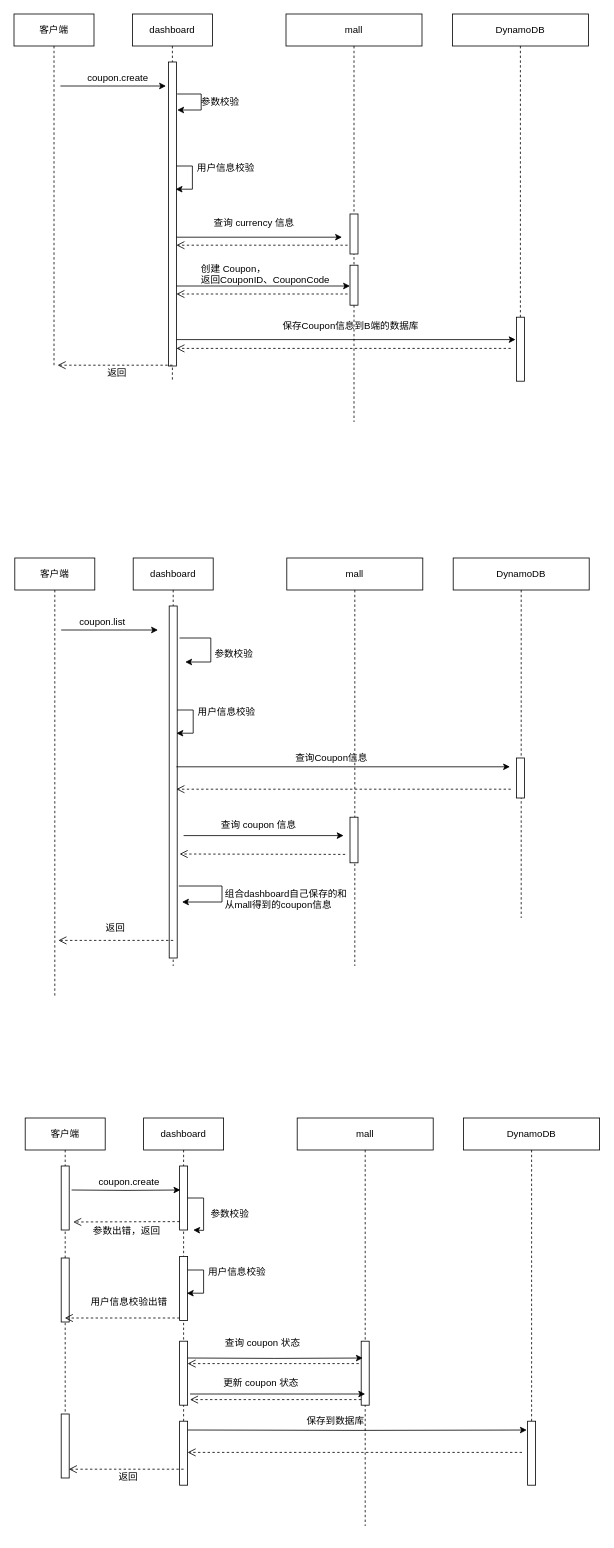
Before: page "coupon" (4 of 4) of dashboard.drawio in JianHao-Chen/UML, a draw.io diagram. Source tidied: cells renumbered, new cells numbered last; positions are measured from the earlier drawing's top-left corner, leaving out a move shared by most shapes. Both pictures are drawn from the tidied source at 80%, with x=0, y=0 at pixel (14, 14).
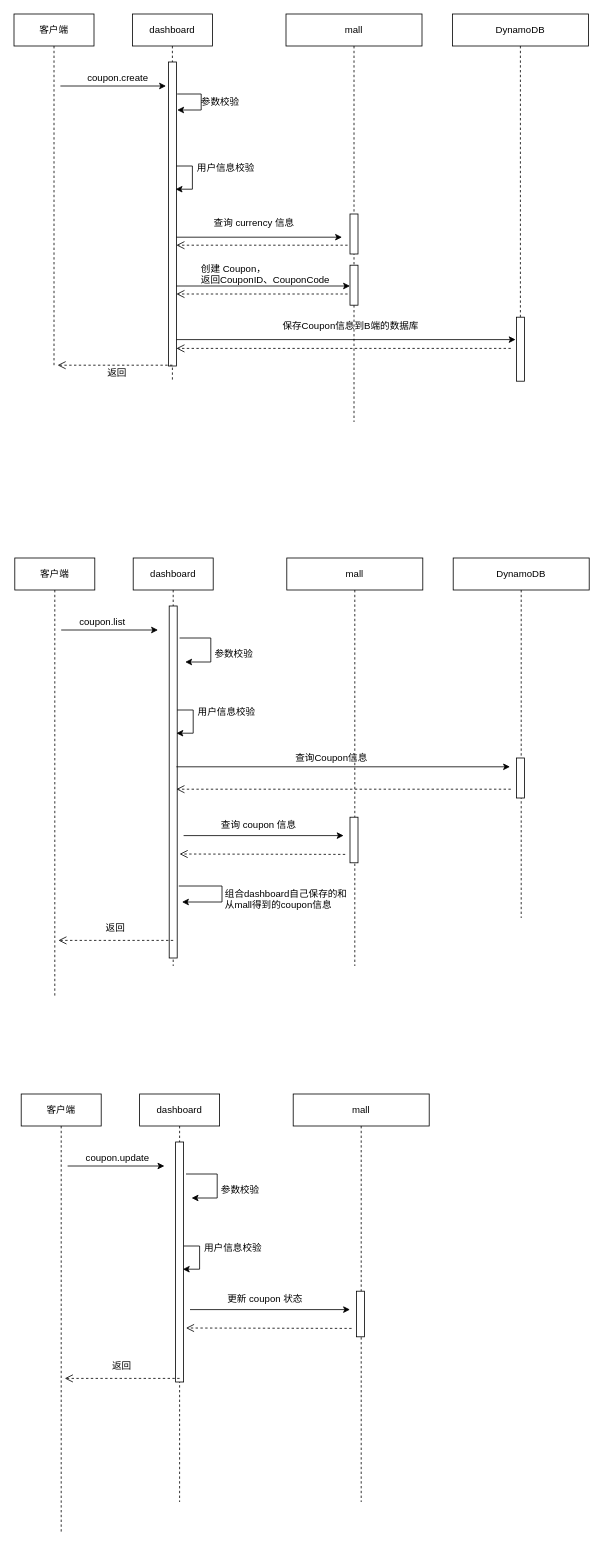
The same diagram, later.

Diff of the diagram source:
```diff
@@
+    <mxCell id="83" style="endArrow=classic;html=1;" parent="1" edge="1">
+      <mxGeometry relative="1" as="geometry">
+        <mxPoint x="212" y="1027" as="sourcePoint" />
+        <mxPoint x="412" y="1027" as="targetPoint" />
+      </mxGeometry>
+    </mxCell>
     <mxCell id="49" value="dashboard" style="shape=umlLifeline;perimeter=lifelinePerimeter;whiteSpace=wrap;html=1;" parent="1" vertex="1">
-      <mxGeometry x="162" y="1380" width="100" height="459" as="geometry" />
+      <mxGeometry x="157" y="1350" width="100" height="510" as="geometry" />
     </mxCell>
-    <mxCell id="50" style="html=1;points=[];perimeter=orthogonalPerimeter;" parent="49" vertex="1">
-      <mxGeometry x="45" y="60" width="10" height="80" as="geometry" />
-    </mxCell>
-    <mxCell id="51" style="html=1;points=[];perimeter=orthogonalPerimeter;" parent="49" vertex="1">
-      <mxGeometry x="45" y="173" width="10" height="80" as="geometry" />
-    </mxCell>
-    <mxCell id="52" style="html=1;perimeter=orthogonalPerimeter;" parent="49" vertex="1">
-      <mxGeometry x="45" y="279" width="10" height="80" as="geometry" />
-    </mxCell>
-    <mxCell id="53" style="edgeStyle=orthogonalEdgeStyle;rounded=0;orthogonalLoop=1;jettySize=auto;html=1;entryX=0.9;entryY=0.575;entryDx=0;entryDy=0;entryPerimeter=0;" parent="49" edge="1" source="51" target="51">
-      <mxGeometry relative="1" as="geometry">
-        <Array as="points">
-          <mxPoint x="75" y="190" />
-          <mxPoint x="75" y="219" />
-        </Array>
-      </mxGeometry>
-    </mxCell>
-    <mxCell id="54" style="html=1;perimeter=orthogonalPerimeter;" parent="49" vertex="1">
-      <mxGeometry x="45" y="379" width="10" height="80" as="geometry" />
-    </mxCell>
-    <mxCell id="55" style="edgeStyle=orthogonalEdgeStyle;rounded=0;jettySize=auto;html=1;entryX=0.1;entryY=0.375;entryDx=0;entryDy=0;entryPerimeter=0;" parent="1" edge="1" target="50">
-      <mxGeometry relative="1" as="geometry">
-        <mxPoint x="72" y="1470" as="sourcePoint" />
-      </mxGeometry>
-    </mxCell>
-    <mxCell id="56" value="DynamoDB" style="shape=umlLifeline;perimeter=lifelinePerimeter;whiteSpace=wrap;html=1;" parent="1" vertex="1">
-      <mxGeometry x="562" y="1380" width="170" height="450" as="geometry" />
-    </mxCell>
-    <mxCell id="57" style="html=1;points=[];perimeter=orthogonalPerimeter;" parent="56" vertex="1">
-      <mxGeometry x="80" y="379" width="10" height="80" as="geometry" />
-    </mxCell>
+    <mxCell id="84" style="html=1;perimeter=orthogonalPerimeter;" parent="49" vertex="1">
+      <mxGeometry x="45" y="60" width="10" height="300" as="geometry" />
+    </mxCell>
+    <mxCell id="85" style="edgeStyle=orthogonalEdgeStyle;rounded=0;orthogonalLoop=1;jettySize=auto;html=1;entryX=0.9;entryY=0.575;entryDx=0;entryDy=0;entryPerimeter=0;" parent="49" edge="1">
+      <mxGeometry relative="1" as="geometry">
+        <mxPoint x="55" y="190" as="sourcePoint" />
+        <mxPoint x="54" y="219" as="targetPoint" />
+        <Array as="points">
+          <mxPoint x="75" y="190" />
+          <mxPoint x="75" y="219" />
+        </Array>
+      </mxGeometry>
+    </mxCell>
+    <mxCell id="86" style="edgeStyle=orthogonalEdgeStyle;rounded=0;orthogonalLoop=1;jettySize=auto;html=1;" parent="1" edge="1">
+      <mxGeometry relative="1" as="geometry">
+        <mxPoint x="67" y="1440" as="sourcePoint" />
+        <mxPoint x="188" y="1440" as="targetPoint" />
+      </mxGeometry>
+    </mxCell>
     <mxCell id="58" value="客户端" style="shape=umlLifeline;perimeter=lifelinePerimeter;whiteSpace=wrap;html=1;outlineConnect=0;" parent="1" vertex="1">
-      <mxGeometry x="14" y="1380" width="100" height="440" as="geometry" />
+      <mxGeometry x="9" y="1350" width="100" height="550" as="geometry" />
     </mxCell>
-    <mxCell id="59" style="html=1;perimeter=orthogonalPerimeter;" parent="58" vertex="1">
-      <mxGeometry x="45" y="60" width="10" height="80" as="geometry" />
-    </mxCell>
-    <mxCell id="60" style="html=1;perimeter=orthogonalPerimeter;" parent="58" vertex="1">
-      <mxGeometry x="45" y="370" width="10" height="80" as="geometry" />
-    </mxCell>
-    <mxCell id="61" style="html=1;perimeter=orthogonalPerimeter;" parent="58" vertex="1">
-      <mxGeometry x="45" y="175" width="10" height="80" as="geometry" />
-    </mxCell>
-    <mxCell id="62" value="coupon.create" style="text;html=1;align=left;verticalAlign=top;spacingTop=-4;" parent="1" vertex="1">
-      <mxGeometry x="104" y="1450" width="90" height="20" as="geometry" />
-    </mxCell>
+    <mxCell id="87" value="coupon.update" style="text;html=1;align=left;verticalAlign=top;spacingTop=-4;" parent="1" vertex="1">
+      <mxGeometry x="88" y="1420" width="90" height="20" as="geometry" />
+    </mxCell>
     <mxCell id="63" value="参数校验" style="text;html=1;align=left;verticalAlign=top;spacingTop=-4;" parent="1" vertex="1">
-      <mxGeometry x="244" y="1490" width="60" height="20" as="geometry" />
+      <mxGeometry x="257" y="1460" width="60" height="20" as="geometry" />
     </mxCell>
     <mxCell id="64" value="mall" style="shape=umlLifeline;perimeter=lifelinePerimeter;whiteSpace=wrap;html=1;" parent="1" vertex="1">
-      <mxGeometry x="354" y="1380" width="170" height="510" as="geometry" />
+      <mxGeometry x="349" y="1350" width="170" height="510" as="geometry" />
     </mxCell>
-    <mxCell id="65" style="edgeStyle=orthogonalEdgeStyle;rounded=0;jettySize=auto;html=1;" parent="1" edge="1" source="50">
-      <mxGeometry relative="1" as="geometry">
-        <mxPoint x="224" y="1520" as="targetPoint" />
-      </mxGeometry>
-    </mxCell>
+    <mxCell id="88" style="html=1;perimeter=orthogonalPerimeter;" parent="64" vertex="1">
+      <mxGeometry x="79" y="246.5" width="10" height="57" as="geometry" />
+    </mxCell>
+    <mxCell id="89" style="edgeStyle=orthogonalEdgeStyle;rounded=0;orthogonalLoop=1;jettySize=auto;html=1;" parent="1" edge="1">
+      <mxGeometry relative="1" as="geometry">
+        <mxPoint x="215" y="1450" as="sourcePoint" />
+        <mxPoint x="222" y="1480" as="targetPoint" />
+        <Array as="points">
+          <mxPoint x="254" y="1450" />
+          <mxPoint x="254" y="1480" />
+        </Array>
+      </mxGeometry>
+    </mxCell>
     <mxCell id="66" value="用户信息校验" style="text;html=1;align=left;verticalAlign=top;spacingTop=-4;" parent="1" vertex="1">
-      <mxGeometry x="240.5" y="1563" width="90" height="20" as="geometry" />
+      <mxGeometry x="235.5" y="1533" width="90" height="20" as="geometry" />
     </mxCell>
-    <mxCell id="67" style="html=1;verticalAlign=bottom;endArrow=open;dashed=1;endSize=8;" parent="1" edge="1">
-      <mxGeometry relative="1" as="geometry">
-        <mxPoint x="207" y="1509.5" as="sourcePoint" />
-        <mxPoint x="74" y="1510" as="targetPoint" />
-      </mxGeometry>
-    </mxCell>
-    <mxCell id="68" value="参数出错，返回" style="text;html=1;align=left;verticalAlign=top;spacingTop=-4;" parent="1" vertex="1">
-      <mxGeometry x="97" y="1511.5" width="100" height="20" as="geometry" />
-    </mxCell>
-    <mxCell id="69" style="html=1;verticalAlign=bottom;endArrow=open;dashed=1;endSize=8;" parent="1" edge="1" target="58">
-      <mxGeometry relative="1" as="geometry">
-        <mxPoint x="207" y="1630" as="sourcePoint" />
-      </mxGeometry>
-    </mxCell>
-    <mxCell id="70" style="html=1;verticalAlign=bottom;endArrow=open;dashed=1;endSize=8;entryX=0.7;entryY=0.838;entryDx=0;entryDy=0;entryPerimeter=0;exitX=-0.3;exitY=0.638;exitDx=0;exitDy=0;exitPerimeter=0;" parent="1" edge="1">
-      <mxGeometry relative="1" as="geometry">
-        <mxPoint x="431" y="1687" as="sourcePoint" />
-        <mxPoint x="217" y="1687" as="targetPoint" />
-      </mxGeometry>
-    </mxCell>
-    <mxCell id="71" value="查询 coupon 状态" style="text;html=1;align=left;verticalAlign=top;spacingTop=-4;" parent="1" vertex="1">
-      <mxGeometry x="262" y="1652" width="110" height="20" as="geometry" />
-    </mxCell>
+    <mxCell id="90" style="html=1;verticalAlign=bottom;endArrow=open;dashed=1;endSize=8;entryX=0.7;entryY=0.838;entryDx=0;entryDy=0;entryPerimeter=0;" parent="1" edge="1">
+      <mxGeometry relative="1" as="geometry">
+        <mxPoint x="422" y="1643" as="sourcePoint" />
+        <mxPoint x="215" y="1642.5" as="targetPoint" />
+      </mxGeometry>
+    </mxCell>
+    <mxCell id="82" value="更新 coupon 状态" style="text;html=1;align=left;verticalAlign=top;spacingTop=-4;" parent="1" vertex="1">
+      <mxGeometry x="265" y="1596" width="110" height="20" as="geometry" />
+    </mxCell>
     <mxCell id="72" value="返回" style="text;html=1;align=left;verticalAlign=top;spacingTop=-4;" parent="1" vertex="1">
-      <mxGeometry x="129" y="1819" width="40" height="20" as="geometry" />
+      <mxGeometry x="121" y="1680" width="40" height="20" as="geometry" />
     </mxCell>
-    <mxCell id="73" value="用户信息校验出错" style="text;html=1;align=left;verticalAlign=top;spacingTop=-4;" parent="1" vertex="1">
-      <mxGeometry x="94" y="1600" width="110" height="20" as="geometry" />
-    </mxCell>
-    <mxCell id="74" style="html=1;points=[];perimeter=orthogonalPerimeter;" parent="1" vertex="1">
-      <mxGeometry x="434" y="1659" width="10" height="80" as="geometry" />
-    </mxCell>
-    <mxCell id="75" style="edgeStyle=orthogonalEdgeStyle;rounded=0;jettySize=auto;html=1;entryX=0.2;entryY=0.263;entryDx=0;entryDy=0;entryPerimeter=0;" parent="1" edge="1" target="74">
-      <mxGeometry relative="1" as="geometry">
-        <mxPoint x="217" y="1680" as="sourcePoint" />
-      </mxGeometry>
-    </mxCell>
-    <mxCell id="76" style="edgeStyle=orthogonalEdgeStyle;rounded=0;jettySize=auto;html=1;entryX=-0.1;entryY=0.138;entryDx=0;entryDy=0;entryPerimeter=0;" parent="1" edge="1" target="57">
-      <mxGeometry relative="1" as="geometry">
-        <mxPoint x="217" y="1770" as="sourcePoint" />
-      </mxGeometry>
-    </mxCell>
-    <mxCell id="77" value="保存到数据库" style="text;html=1;align=left;verticalAlign=top;spacingTop=-4;" parent="1" vertex="1">
-      <mxGeometry x="364" y="1749" width="90" height="20" as="geometry" />
-    </mxCell>
-    <mxCell id="78" style="html=1;verticalAlign=bottom;endArrow=open;dashed=1;endSize=8;exitX=-0.3;exitY=0.638;exitDx=0;exitDy=0;exitPerimeter=0;" parent="1" edge="1">
-      <mxGeometry relative="1" as="geometry">
-        <mxPoint x="635" y="1798" as="sourcePoint" />
-        <mxPoint x="217" y="1798" as="targetPoint" />
-      </mxGeometry>
-    </mxCell>
-    <mxCell id="79" style="html=1;verticalAlign=bottom;endArrow=open;dashed=1;endSize=8;" parent="1" edge="1">
-      <mxGeometry relative="1" as="geometry">
-        <mxPoint x="212" y="1819" as="sourcePoint" />
-        <mxPoint x="68.5" y="1819" as="targetPoint" />
-      </mxGeometry>
-    </mxCell>
-    <mxCell id="80" style="html=1;verticalAlign=bottom;endArrow=open;dashed=1;endSize=8;entryX=0.7;entryY=0.838;entryDx=0;entryDy=0;entryPerimeter=0;exitX=-0.3;exitY=0.638;exitDx=0;exitDy=0;exitPerimeter=0;" parent="1" edge="1">
-      <mxGeometry relative="1" as="geometry">
-        <mxPoint x="434" y="1732" as="sourcePoint" />
-        <mxPoint x="220" y="1732" as="targetPoint" />
-      </mxGeometry>
-    </mxCell>
-    <mxCell id="81" style="edgeStyle=orthogonalEdgeStyle;rounded=0;orthogonalLoop=1;jettySize=auto;html=1;entryX=0.2;entryY=0.263;entryDx=0;entryDy=0;entryPerimeter=0;" parent="1" edge="1">
-      <mxGeometry relative="1" as="geometry">
-        <mxPoint x="220" y="1725" as="sourcePoint" />
-        <mxPoint x="439" y="1725" as="targetPoint" />
-      </mxGeometry>
-    </mxCell>
-    <mxCell id="82" value="更新 coupon 状态" style="text;html=1;align=left;verticalAlign=top;spacingTop=-4;" parent="1" vertex="1">
-      <mxGeometry x="260" y="1700.5" width="110" height="20" as="geometry" />
-    </mxCell>
-    <mxCell id="83" style="endArrow=classic;html=1;" parent="1" edge="1">
-      <mxGeometry relative="1" as="geometry">
-        <mxPoint x="212" y="1027" as="sourcePoint" />
-        <mxPoint x="412" y="1027" as="targetPoint" />
-      </mxGeometry>
-    </mxCell>
+    <mxCell id="91" style="html=1;verticalAlign=bottom;endArrow=open;dashed=1;endSize=8;" parent="1" edge="1">
+      <mxGeometry relative="1" as="geometry">
+        <mxPoint x="207" y="1705.5" as="sourcePoint" />
+        <mxPoint x="63.5" y="1705.5" as="targetPoint" />
+      </mxGeometry>
+    </mxCell>
+    <mxCell id="92" style="endArrow=classic;html=1;" parent="1" edge="1">
+      <mxGeometry relative="1" as="geometry">
+        <mxPoint x="220" y="1619.5" as="sourcePoint" />
+        <mxPoint x="420" y="1619.5" as="targetPoint" />
+      </mxGeometry>
+    </mxCell>
```
